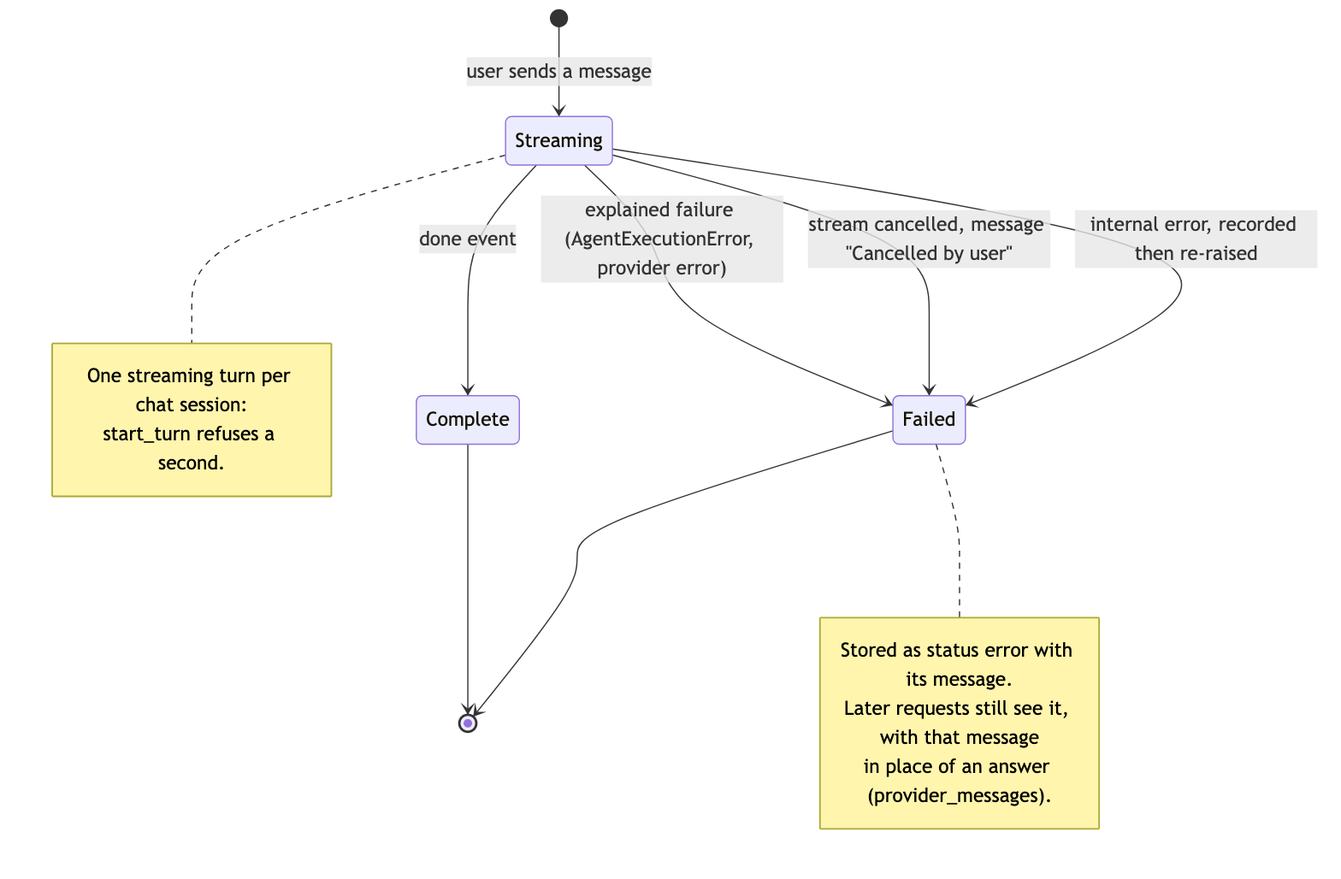
evolvingstuff/MetaList keeps this Mermaid diagram as docs/diagrams/png/agent-chat-turn.png. Above is the earlier version. Its source is kept beside it as docs/diagrams/agent-chat-turn.mmd. The source it was exported from:
```mermaid
stateDiagram-v2
    [*] --> Streaming : user sends a message
    Streaming --> Complete : done event
    Streaming --> Failed : explained failure (AgentExecutionError, provider error)
    Streaming --> Failed : stream cancelled, message "Cancelled by user"
    Streaming --> Failed : internal error, recorded then re-raised
    Complete --> [*]
    Failed --> [*]
    note right of Streaming
        One streaming turn per chat session:
        start_turn refuses a second.
    end note
    note right of Failed
        Stored as status error with its message.
        Later requests still see it, with that message
        in place of an answer (provider_messages).
    end note
```
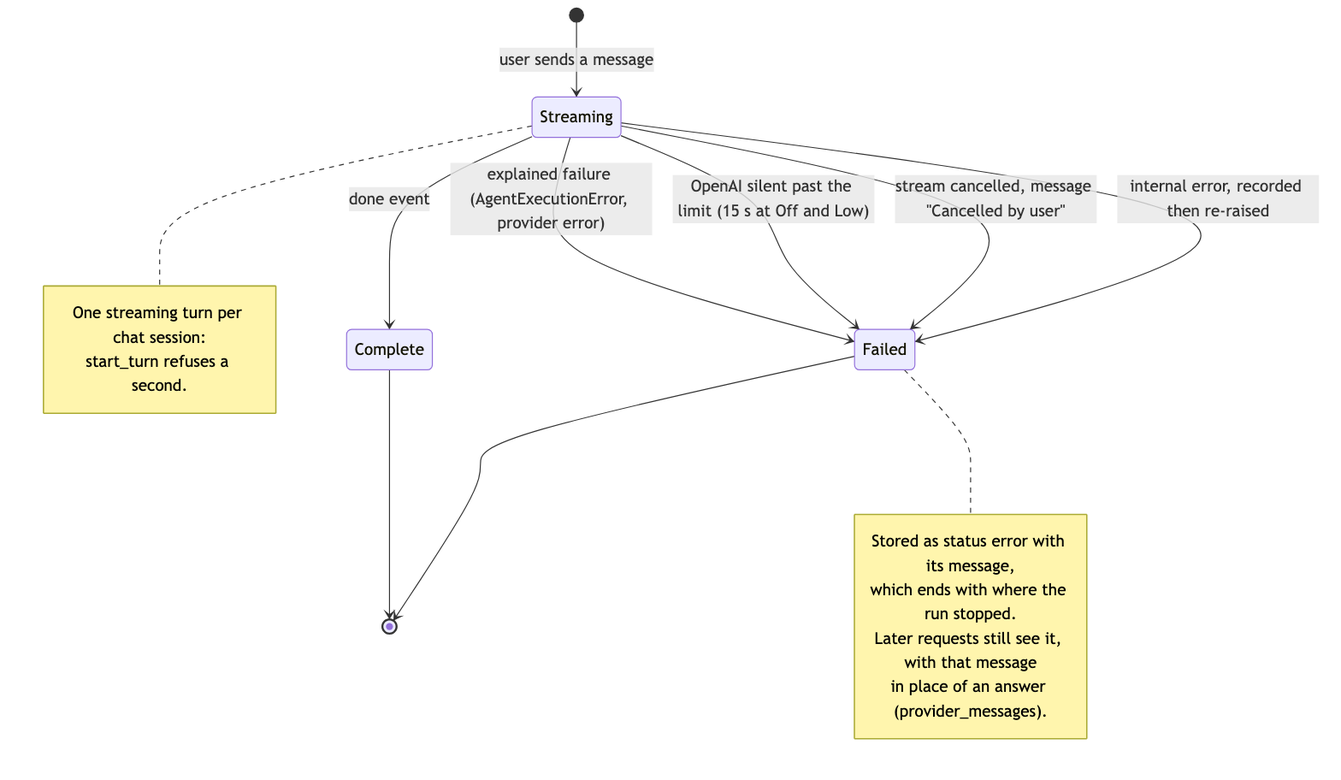
Above is the later version.

Diff of the diagram source:
```diff
@@ -2,6 +2,7 @@
     [*] --> Streaming : user sends a message
     Streaming --> Complete : done event
     Streaming --> Failed : explained failure (AgentExecutionError, provider error)
+    Streaming --> Failed : OpenAI silent past the limit (15 s at Off and Low)
     Streaming --> Failed : stream cancelled, message "Cancelled by user"
     Streaming --> Failed : internal error, recorded then re-raised
     Complete --> [*]
@@ -11,7 +12,8 @@
         start_turn refuses a second.
     end note
     note right of Failed
-        Stored as status error with its message.
+        Stored as status error with its message,
+        which ends with where the run stopped.
         Later requests still see it, with that message
         in place of an answer (provider_messages).
     end note
```
